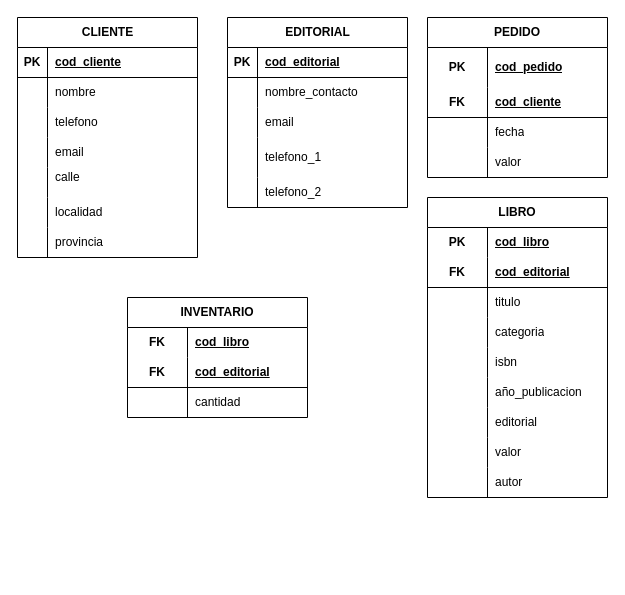
The draw.io diagram db/modelo-logico.drawio in Sergio-Tolaba/ds_ej, before the edit. Source tidied: cells renumbered, new cells numbered last; positions are measured from the earlier drawing's top-left corner, leaving out a move shared by most shapes. Both pictures are drawn from the tidied source at 100%, with x=0, y=0 at pixel (17, 17).
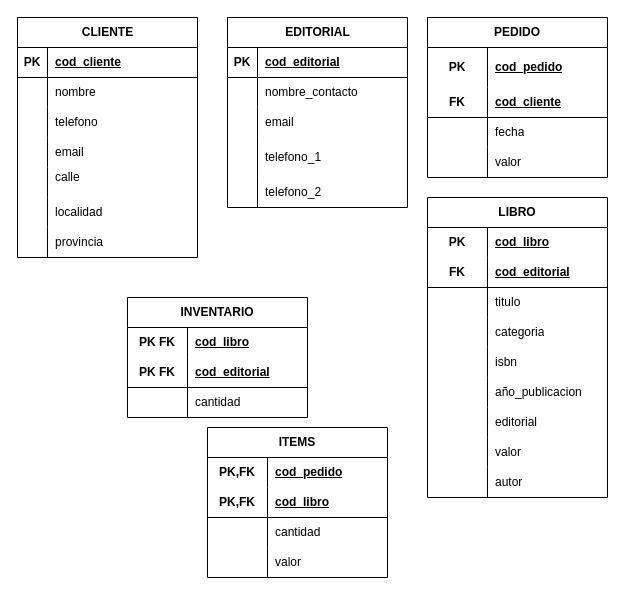
After the change.

The change refers to these unchanged cells:
```xml
<mxCell id="82" style="shape=tableRow;horizontal=0;startSize=0;swimlaneHead=0;swimlaneBody=0;fillColor=none;top=0;left=0;right=0;bottom=0;html=1;" parent="81" vertex="1">
  <mxGeometry y="30" width="180" height="30" as="geometry" />
</mxCell>
<mxCell id="85" style="shape=tableRow;horizontal=0;startSize=0;swimlaneHead=0;swimlaneBody=0;fillColor=none;top=0;left=0;right=0;bottom=1;html=1;" parent="81" vertex="1">
  <mxGeometry y="60" width="180" height="30" as="geometry" />
</mxCell>
```

Diff of the diagram source:
```diff
@@
-    <mxCell id="83" value="FK" style="shape=partialRectangle;fillColor=none;top=0;left=0;bottom=0;right=0;fontStyle=1;overflow=hidden;html=1;whiteSpace=wrap;" parent="82" vertex="1">
+    <mxCell id="83" value="PK FK" style="shape=partialRectangle;fillColor=none;top=0;left=0;bottom=0;right=0;fontStyle=1;overflow=hidden;html=1;whiteSpace=wrap;" parent="82" vertex="1">
       <mxGeometry width="60" height="30" as="geometry" />
     </mxCell>
@@
-    <mxCell id="86" value="FK" style="shape=partialRectangle;fillColor=none;top=0;left=0;bottom=0;right=0;fontStyle=1;overflow=hidden;html=1;whiteSpace=wrap;" parent="85" vertex="1">
+    <mxCell id="86" value="PK FK" style="shape=partialRectangle;fillColor=none;top=0;left=0;bottom=0;right=0;fontStyle=1;overflow=hidden;html=1;whiteSpace=wrap;" parent="85" vertex="1">
       <mxGeometry width="60" height="30" as="geometry" />
     </mxCell>
@@
+    <mxCell id="91" value="ITEMS" style="shape=table;startSize=30;childLayout=tableLayout;rowLines=0;fontStyle=1;align=center;html=1;whiteSpace=wrap;" parent="1" vertex="1">
+      <mxGeometry x="190" y="410" width="180" height="150" as="geometry" />
+    </mxCell>
+    <mxCell id="92" style="shape=tableRow;horizontal=0;startSize=0;swimlaneHead=0;swimlaneBody=0;fillColor=none;top=0;left=0;right=0;bottom=0;html=1;" parent="91" vertex="1">
+      <mxGeometry y="30" width="180" height="30" as="geometry" />
+    </mxCell>
+    <mxCell id="93" value="PK,FK" style="shape=partialRectangle;fillColor=none;top=0;left=0;bottom=0;right=0;fontStyle=1;overflow=hidden;html=1;whiteSpace=wrap;" parent="92" vertex="1">
+      <mxGeometry width="60" height="30" as="geometry" />
+    </mxCell>
+    <mxCell id="94" value="cod_pedido" style="shape=partialRectangle;fillColor=none;top=0;left=0;bottom=0;right=0;align=left;spacingLeft=6;fontStyle=5;overflow=hidden;html=1;whiteSpace=wrap;" parent="92" vertex="1">
+      <mxGeometry x="60" width="120" height="30" as="geometry" />
+    </mxCell>
+    <mxCell id="95" style="shape=tableRow;horizontal=0;startSize=0;swimlaneHead=0;swimlaneBody=0;fillColor=none;top=0;left=0;right=0;bottom=1;html=1;" parent="91" vertex="1">
+      <mxGeometry y="60" width="180" height="30" as="geometry" />
+    </mxCell>
+    <mxCell id="96" value="PK,FK" style="shape=partialRectangle;fillColor=none;top=0;left=0;bottom=0;right=0;fontStyle=1;overflow=hidden;html=1;whiteSpace=wrap;" parent="95" vertex="1">
+      <mxGeometry width="60" height="30" as="geometry" />
+    </mxCell>
+    <mxCell id="97" value="cod_libro" style="shape=partialRectangle;fillColor=none;top=0;left=0;bottom=0;right=0;align=left;spacingLeft=6;fontStyle=5;overflow=hidden;html=1;whiteSpace=wrap;" parent="95" vertex="1">
+      <mxGeometry x="60" width="120" height="30" as="geometry" />
+    </mxCell>
+    <mxCell id="98" style="shape=tableRow;horizontal=0;startSize=0;swimlaneHead=0;swimlaneBody=0;fillColor=none;top=0;left=0;right=0;bottom=0;html=1;" parent="91" vertex="1">
+      <mxGeometry y="90" width="180" height="30" as="geometry" />
+    </mxCell>
+    <mxCell id="99" style="shape=partialRectangle;fillColor=none;top=0;left=0;bottom=0;right=0;overflow=hidden;html=1;whiteSpace=wrap;" parent="98" vertex="1">
+      <mxGeometry width="60" height="30" as="geometry" />
+    </mxCell>
+    <mxCell id="100" value="cantidad" style="shape=partialRectangle;fillColor=none;top=0;left=0;bottom=0;right=0;align=left;spacingLeft=6;overflow=hidden;html=1;whiteSpace=wrap;" parent="98" vertex="1">
+      <mxGeometry x="60" width="120" height="30" as="geometry" />
+    </mxCell>
+    <mxCell id="101" style="shape=tableRow;horizontal=0;startSize=0;swimlaneHead=0;swimlaneBody=0;fillColor=none;top=0;left=0;right=0;bottom=0;html=1;" parent="91" vertex="1">
+      <mxGeometry y="120" width="180" height="30" as="geometry" />
+    </mxCell>
+    <mxCell id="102" style="shape=partialRectangle;fillColor=none;top=0;left=0;bottom=0;right=0;overflow=hidden;html=1;whiteSpace=wrap;" parent="101" vertex="1">
+      <mxGeometry width="60" height="30" as="geometry" />
+    </mxCell>
+    <mxCell id="103" value="valor" style="shape=partialRectangle;fillColor=none;top=0;left=0;bottom=0;right=0;align=left;spacingLeft=6;overflow=hidden;html=1;whiteSpace=wrap;" parent="101" vertex="1">
+      <mxGeometry x="60" width="120" height="30" as="geometry" />
+    </mxCell>
```
